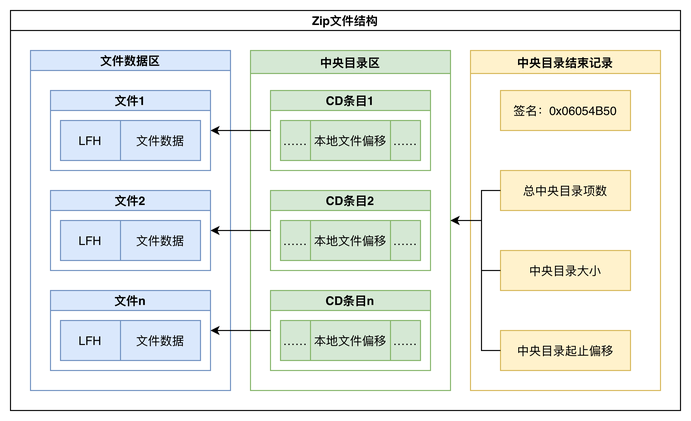
XingfenD/zip-diff-notes keeps this draw.io diagram as notes/stage1/week2/pic/zip文件结构.png. Above is the earlier version. Source tidied: cells renumbered, new cells last; positions are measured from the earlier drawing's top-left corner, leaving out a move shared by most shapes.
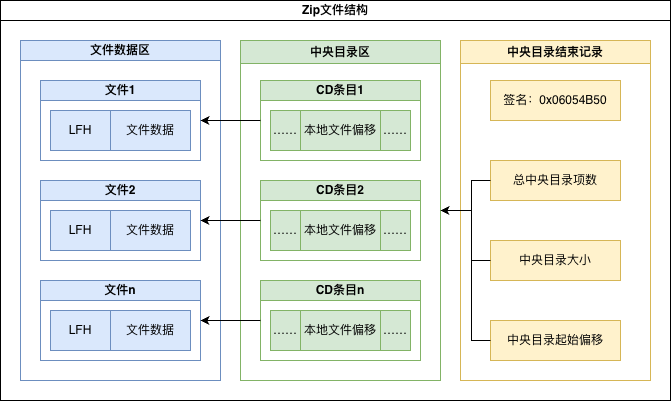
After the change.

Change to the diagram source:
```diff
@@ -11,39 +11,39 @@
     <mxCell id="4" value="文件1" style="swimlane;whiteSpace=wrap;html=1;startSize=20;fillColor=#dae8fc;strokeColor=#6c8ebf;" parent="3" vertex="1">
       <mxGeometry x="20" y="40" width="160" height="80" as="geometry" />
     </mxCell>
-    <mxCell id="5" style="group;" parent="4" vertex="1">
-      <mxGeometry x="10" y="30" width="140" height="40" as="geometry" />
-    </mxCell>
-    <mxCell id="6" value="LFH" style="rounded=0;whiteSpace=wrap;html=1;fillColor=#dae8fc;strokeColor=#6c8ebf;" parent="5" vertex="1">
-      <mxGeometry width="60" height="40" as="geometry" />
-    </mxCell>
-    <mxCell id="7" value="文件数据" style="rounded=0;whiteSpace=wrap;html=1;fillColor=#dae8fc;strokeColor=#6c8ebf;" parent="5" vertex="1">
-      <mxGeometry x="60" width="80" height="40" as="geometry" />
-    </mxCell>
+    <mxCell id="44" style="group;" parent="4" vertex="1">
+      <mxGeometry x="10" y="30" width="140" height="40" as="geometry" />
+    </mxCell>
+    <mxCell id="45" value="LFH" style="rounded=0;whiteSpace=wrap;html=1;fillColor=#dae8fc;strokeColor=#6c8ebf;" parent="44" vertex="1">
+      <mxGeometry width="60" height="40" as="geometry" />
+    </mxCell>
+    <mxCell id="46" value="文件数据" style="rounded=0;whiteSpace=wrap;html=1;fillColor=#dae8fc;strokeColor=#6c8ebf;" parent="44" vertex="1">
+      <mxGeometry x="60" width="80" height="40" as="geometry" />
+    </mxCell>
     <mxCell id="8" value="文件2" style="swimlane;whiteSpace=wrap;html=1;startSize=20;fillColor=#dae8fc;strokeColor=#6c8ebf;" parent="3" vertex="1">
       <mxGeometry x="20" y="140" width="160" height="80" as="geometry" />
     </mxCell>
-    <mxCell id="9" style="group;" parent="8" vertex="1">
-      <mxGeometry x="10" y="30" width="140" height="40" as="geometry" />
-    </mxCell>
-    <mxCell id="10" value="LFH" style="rounded=0;whiteSpace=wrap;html=1;fillColor=#dae8fc;strokeColor=#6c8ebf;" parent="9" vertex="1">
-      <mxGeometry width="60" height="40" as="geometry" />
-    </mxCell>
-    <mxCell id="11" value="文件数据" style="rounded=0;whiteSpace=wrap;html=1;fillColor=#dae8fc;strokeColor=#6c8ebf;" parent="9" vertex="1">
-      <mxGeometry x="60" width="80" height="40" as="geometry" />
-    </mxCell>
+    <mxCell id="47" style="group;" parent="8" vertex="1">
+      <mxGeometry x="10" y="30" width="140" height="40" as="geometry" />
+    </mxCell>
+    <mxCell id="48" value="LFH" style="rounded=0;whiteSpace=wrap;html=1;fillColor=#dae8fc;strokeColor=#6c8ebf;" parent="47" vertex="1">
+      <mxGeometry width="60" height="40" as="geometry" />
+    </mxCell>
+    <mxCell id="49" value="文件数据" style="rounded=0;whiteSpace=wrap;html=1;fillColor=#dae8fc;strokeColor=#6c8ebf;" parent="47" vertex="1">
+      <mxGeometry x="60" width="80" height="40" as="geometry" />
+    </mxCell>
     <mxCell id="12" value="文件n" style="swimlane;whiteSpace=wrap;html=1;startSize=20;fillColor=#dae8fc;strokeColor=#6c8ebf;" parent="3" vertex="1">
       <mxGeometry x="20" y="240" width="160" height="80" as="geometry" />
     </mxCell>
-    <mxCell id="13" style="group;" parent="12" vertex="1">
-      <mxGeometry x="10" y="30" width="140" height="40" as="geometry" />
-    </mxCell>
-    <mxCell id="14" value="LFH" style="rounded=0;whiteSpace=wrap;html=1;fillColor=#dae8fc;strokeColor=#6c8ebf;" parent="13" vertex="1">
-      <mxGeometry width="60" height="40" as="geometry" />
-    </mxCell>
-    <mxCell id="15" value="文件数据" style="rounded=0;whiteSpace=wrap;html=1;fillColor=#dae8fc;strokeColor=#6c8ebf;" parent="13" vertex="1">
-      <mxGeometry x="60" width="80" height="40" as="geometry" />
-    </mxCell>
+    <mxCell id="50" style="group;" parent="12" vertex="1">
+      <mxGeometry x="10" y="30" width="140" height="40" as="geometry" />
+    </mxCell>
+    <mxCell id="51" value="LFH" style="rounded=0;whiteSpace=wrap;html=1;fillColor=#dae8fc;strokeColor=#6c8ebf;" parent="50" vertex="1">
+      <mxGeometry width="60" height="40" as="geometry" />
+    </mxCell>
+    <mxCell id="52" value="文件数据" style="rounded=0;whiteSpace=wrap;html=1;fillColor=#dae8fc;strokeColor=#6c8ebf;" parent="50" vertex="1">
+      <mxGeometry x="60" width="80" height="40" as="geometry" />
+    </mxCell>
     <mxCell id="16" value="&lt;b&gt;中央目录区&lt;/b&gt;" style="swimlane;whiteSpace=wrap;html=1;fontStyle=0;fillColor=#d5e8d4;strokeColor=#82b366;" parent="2" vertex="1">
       <mxGeometry x="240" y="40" width="200" height="340" as="geometry" />
     </mxCell>
@@ -53,56 +53,56 @@
     <mxCell id="18" style="group;fillColor=#d5e8d4;strokeColor=#82b366;" parent="17" vertex="1">
       <mxGeometry x="10" y="30" width="140" height="40" as="geometry" />
     </mxCell>
-    <mxCell id="19" value="本地文件偏移" style="rounded=0;whiteSpace=wrap;html=1;fillColor=#d5e8d4;strokeColor=#82b366;" parent="18" vertex="1">
-      <mxGeometry x="30" width="80" height="40" as="geometry" />
-    </mxCell>
-    <mxCell id="20" value="……" style="rounded=0;whiteSpace=wrap;html=1;fillColor=#d5e8d4;strokeColor=#82b366;" parent="18" vertex="1">
-      <mxGeometry x="110" width="30" height="40" as="geometry" />
-    </mxCell>
-    <mxCell id="21" value="……" style="rounded=0;whiteSpace=wrap;html=1;fillColor=#d5e8d4;strokeColor=#82b366;" parent="18" vertex="1">
-      <mxGeometry width="30" height="40" as="geometry" />
-    </mxCell>
+    <mxCell id="53" value="本地文件偏移" style="rounded=0;whiteSpace=wrap;html=1;fillColor=#d5e8d4;strokeColor=#82b366;" parent="18" vertex="1">
+      <mxGeometry x="30" width="80" height="40" as="geometry" />
+    </mxCell>
+    <mxCell id="54" value="……" style="rounded=0;whiteSpace=wrap;html=1;fillColor=#d5e8d4;strokeColor=#82b366;" parent="18" vertex="1">
+      <mxGeometry x="110" width="30" height="40" as="geometry" />
+    </mxCell>
+    <mxCell id="55" value="……" style="rounded=0;whiteSpace=wrap;html=1;fillColor=#d5e8d4;strokeColor=#82b366;" parent="18" vertex="1">
+      <mxGeometry width="30" height="40" as="geometry" />
+    </mxCell>
     <mxCell id="22" value="CD条目2" style="swimlane;whiteSpace=wrap;html=1;startSize=20;fillColor=#d5e8d4;strokeColor=#82b366;" parent="16" vertex="1">
       <mxGeometry x="20" y="140" width="160" height="80" as="geometry" />
     </mxCell>
-    <mxCell id="23" style="group;" parent="22" vertex="1">
-      <mxGeometry x="10" y="30" width="140" height="40" as="geometry" />
-    </mxCell>
-    <mxCell id="24" value="本地文件偏移" style="rounded=0;whiteSpace=wrap;html=1;fillColor=#d5e8d4;strokeColor=#82b366;" parent="23" vertex="1">
-      <mxGeometry x="30" width="80" height="40" as="geometry" />
-    </mxCell>
-    <mxCell id="25" value="……" style="rounded=0;whiteSpace=wrap;html=1;fillColor=#d5e8d4;strokeColor=#82b366;" parent="23" vertex="1">
-      <mxGeometry width="30" height="40" as="geometry" />
-    </mxCell>
-    <mxCell id="26" value="……" style="rounded=0;whiteSpace=wrap;html=1;fillColor=#d5e8d4;strokeColor=#82b366;" parent="23" vertex="1">
-      <mxGeometry x="110" width="30" height="40" as="geometry" />
-    </mxCell>
+    <mxCell id="56" style="group;" parent="22" vertex="1">
+      <mxGeometry x="10" y="30" width="140" height="40" as="geometry" />
+    </mxCell>
+    <mxCell id="57" value="本地文件偏移" style="rounded=0;whiteSpace=wrap;html=1;fillColor=#d5e8d4;strokeColor=#82b366;" parent="56" vertex="1">
+      <mxGeometry x="30" width="80" height="40" as="geometry" />
+    </mxCell>
+    <mxCell id="58" value="……" style="rounded=0;whiteSpace=wrap;html=1;fillColor=#d5e8d4;strokeColor=#82b366;" parent="56" vertex="1">
+      <mxGeometry width="30" height="40" as="geometry" />
+    </mxCell>
+    <mxCell id="59" value="……" style="rounded=0;whiteSpace=wrap;html=1;fillColor=#d5e8d4;strokeColor=#82b366;" parent="56" vertex="1">
+      <mxGeometry x="110" width="30" height="40" as="geometry" />
+    </mxCell>
     <mxCell id="27" value="CD条目n" style="swimlane;whiteSpace=wrap;html=1;startSize=20;fillColor=#d5e8d4;strokeColor=#82b366;" parent="16" vertex="1">
       <mxGeometry x="20" y="240" width="160" height="80" as="geometry" />
     </mxCell>
-    <mxCell id="28" style="group;" parent="27" vertex="1">
-      <mxGeometry x="10" y="30" width="140" height="40" as="geometry" />
-    </mxCell>
-    <mxCell id="29" value="本地文件偏移" style="rounded=0;whiteSpace=wrap;html=1;fillColor=#d5e8d4;strokeColor=#82b366;" parent="28" vertex="1">
-      <mxGeometry x="30" width="80" height="40" as="geometry" />
-    </mxCell>
-    <mxCell id="30" value="……" style="rounded=0;whiteSpace=wrap;html=1;fillColor=#d5e8d4;strokeColor=#82b366;" parent="28" vertex="1">
-      <mxGeometry width="30" height="40" as="geometry" />
-    </mxCell>
-    <mxCell id="31" value="……" style="rounded=0;whiteSpace=wrap;html=1;fillColor=#d5e8d4;strokeColor=#82b366;" parent="28" vertex="1">
-      <mxGeometry x="110" width="30" height="40" as="geometry" />
-    </mxCell>
+    <mxCell id="60" style="group;" parent="27" vertex="1">
+      <mxGeometry x="10" y="30" width="140" height="40" as="geometry" />
+    </mxCell>
+    <mxCell id="61" value="本地文件偏移" style="rounded=0;whiteSpace=wrap;html=1;fillColor=#d5e8d4;strokeColor=#82b366;" parent="60" vertex="1">
+      <mxGeometry x="30" width="80" height="40" as="geometry" />
+    </mxCell>
+    <mxCell id="62" value="……" style="rounded=0;whiteSpace=wrap;html=1;fillColor=#d5e8d4;strokeColor=#82b366;" parent="60" vertex="1">
+      <mxGeometry width="30" height="40" as="geometry" />
+    </mxCell>
+    <mxCell id="63" value="……" style="rounded=0;whiteSpace=wrap;html=1;fillColor=#d5e8d4;strokeColor=#82b366;" parent="60" vertex="1">
+      <mxGeometry x="110" width="30" height="40" as="geometry" />
+    </mxCell>
     <mxCell id="32" style="edgeStyle=orthogonalEdgeStyle;rounded=0;jettySize=auto;html=1;entryX=1;entryY=0.5;entryDx=0;entryDy=0;" parent="2" edge="1" source="17" target="4">
       <mxGeometry relative="1" as="geometry" />
     </mxCell>
     <mxCell id="33" style="edgeStyle=orthogonalEdgeStyle;rounded=0;jettySize=auto;html=1;entryX=1;entryY=0.5;entryDx=0;entryDy=0;" parent="2" edge="1" source="22" target="8">
       <mxGeometry relative="1" as="geometry" />
     </mxCell>
-    <mxCell id="34" style="edgeStyle=orthogonalEdgeStyle;rounded=0;orthogonalLoop=1;jettySize=auto;html=1;entryX=1;entryY=0.5;entryDx=0;entryDy=0;" parent="2" edge="1">
-      <mxGeometry relative="1" as="geometry">
-        <mxPoint x="260" y="320" as="sourcePoint" />
-      </mxGeometry>
-    </mxCell>
+    <mxCell id="64" style="edgeStyle=orthogonalEdgeStyle;rounded=0;orthogonalLoop=1;jettySize=auto;html=1;entryX=1;entryY=0.5;entryDx=0;entryDy=0;" parent="2" edge="1">
+      <mxGeometry relative="1" as="geometry">
+        <mxPoint x="260" y="320" as="sourcePoint" />
+      </mxGeometry>
+    </mxCell>
     <mxCell id="35" value="中央目录结束记录" style="swimlane;whiteSpace=wrap;html=1;fillColor=#fff2cc;strokeColor=#d6b656;" parent="2" vertex="1">
       <mxGeometry x="460" y="40" width="190" height="340" as="geometry" />
     </mxCell>
@@ -112,23 +112,23 @@
     <mxCell id="37" value="中央目录大小" style="rounded=0;whiteSpace=wrap;html=1;fillColor=#fff2cc;strokeColor=#d6b656;" parent="35" vertex="1">
       <mxGeometry x="30" y="200" width="130" height="40" as="geometry" />
     </mxCell>
-    <mxCell id="38" value="中央目录起止偏移" style="rounded=0;whiteSpace=wrap;html=1;fillColor=#fff2cc;strokeColor=#d6b656;" parent="35" vertex="1">
-      <mxGeometry x="30" y="280" width="130" height="40" as="geometry" />
-    </mxCell>
+    <mxCell id="65" value="中央目录起始偏移" style="rounded=0;whiteSpace=wrap;html=1;fillColor=#fff2cc;strokeColor=#d6b656;" parent="35" vertex="1">
+      <mxGeometry x="30" y="280" width="130" height="40" as="geometry" />
+    </mxCell>
     <mxCell id="39" value="总中央目录项数" style="rounded=0;whiteSpace=wrap;html=1;fillColor=#fff2cc;strokeColor=#d6b656;" parent="35" vertex="1">
       <mxGeometry x="30" y="120" width="130" height="40" as="geometry" />
     </mxCell>
     <mxCell id="40" style="edgeStyle=orthogonalEdgeStyle;rounded=0;jettySize=auto;html=1;entryX=1;entryY=0.5;entryDx=0;entryDy=0;" parent="2" edge="1" source="27" target="12">
       <mxGeometry relative="1" as="geometry" />
     </mxCell>
-    <mxCell id="41" style="edgeStyle=orthogonalEdgeStyle;rounded=0;jettySize=auto;html=1;entryX=1;entryY=0.5;entryDx=0;entryDy=0;" parent="2" edge="1" source="38" target="16">
-      <mxGeometry relative="1" as="geometry">
-        <Array as="points">
-          <mxPoint x="471" y="340" />
-          <mxPoint x="471" y="210" />
-        </Array>
-      </mxGeometry>
-    </mxCell>
+    <mxCell id="66" style="edgeStyle=orthogonalEdgeStyle;rounded=0;jettySize=auto;html=1;entryX=1;entryY=0.5;entryDx=0;entryDy=0;" parent="2" edge="1" source="65" target="16">
+      <mxGeometry relative="1" as="geometry">
+        <Array as="points">
+          <mxPoint x="471" y="340" />
+          <mxPoint x="471" y="210" />
+        </Array>
+      </mxGeometry>
+    </mxCell>
     <mxCell id="42" style="edgeStyle=orthogonalEdgeStyle;rounded=0;jettySize=auto;html=1;entryX=1;entryY=0.5;entryDx=0;entryDy=0;" parent="2" edge="1" source="37" target="16">
       <mxGeometry relative="1" as="geometry">
         <Array as="points">
```
